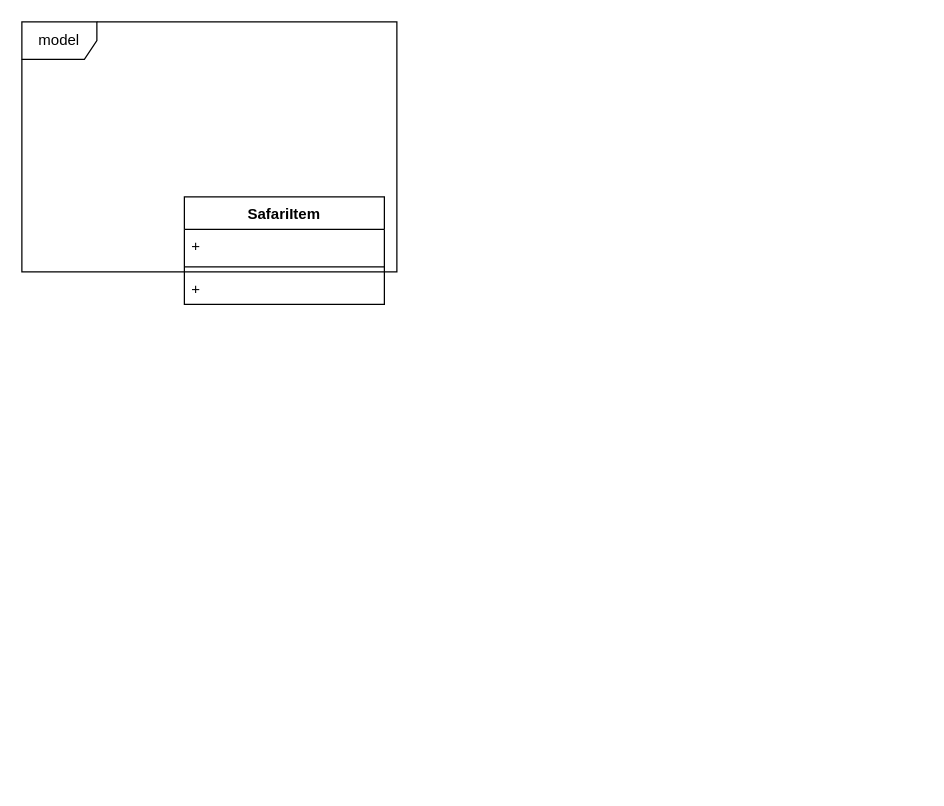
Before: Soft tech uml Overall diagram.drawio in summertx/uml, a draw.io diagram. Source tidied: cells renumbered, new cells numbered last; positions are measured from the earlier drawing's top-left corner, leaving out a move shared by most shapes. Both pictures are drawn from the tidied source at 125%, with x=0, y=0 at pixel (21, 21).
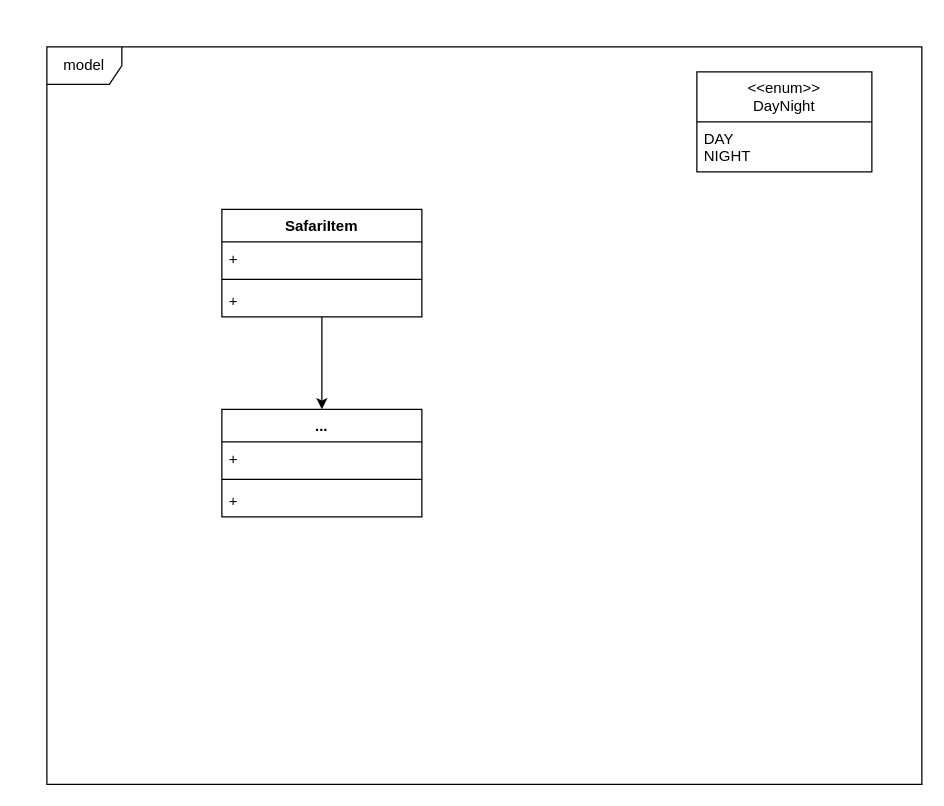
The same page after the edit.

Diff of the diagram source:
```diff
@@
 <mxGraphModel>
   <root>
     <mxCell id="0" />
     <mxCell id="1" parent="0" />
+    <mxCell id="7" style="edgeStyle=orthogonalEdgeStyle;rounded=0;jettySize=auto;html=1;entryX=0.5;entryY=0;entryDx=0;entryDy=0;" parent="1" edge="1" source="2" target="8">
+      <mxGeometry relative="1" as="geometry" />
+    </mxCell>
     <mxCell id="2" value="SafariItem" style="swimlane;fontStyle=1;align=center;verticalAlign=top;horizontal=1;startSize=26;whiteSpace=wrap;html=1;" parent="1" vertex="1">
-      <mxGeometry x="130" y="140" width="160" height="86" as="geometry" />
+      <mxGeometry x="160" y="150" width="160" height="86" as="geometry" />
     </mxCell>
     <mxCell id="3" value="+" style="text;strokeColor=none;fillColor=none;align=left;verticalAlign=top;spacingLeft=4;spacingRight=4;overflow=hidden;whiteSpace=wrap;html=1;" parent="2" vertex="1">
       <mxGeometry y="26" width="160" height="26" as="geometry" />
     </mxCell>
     <mxCell id="4" style="line;strokeWidth=1;fillColor=none;align=left;verticalAlign=middle;spacingTop=-1;spacingLeft=3;spacingRight=3;labelPosition=right;strokeColor=inherit;" parent="2" vertex="1">
       <mxGeometry y="52" width="160" height="8" as="geometry" />
     </mxCell>
     <mxCell id="5" value="+" style="text;strokeColor=none;fillColor=none;align=left;verticalAlign=top;spacingLeft=4;spacingRight=4;overflow=hidden;whiteSpace=wrap;html=1;" parent="2" vertex="1">
       <mxGeometry y="60" width="160" height="26" as="geometry" />
     </mxCell>
     <mxCell id="6" value="model" style="shape=umlFrame;whiteSpace=wrap;html=1;" parent="1" vertex="1">
-      <mxGeometry width="300" height="200" as="geometry" />
+      <mxGeometry x="20" y="20" width="700" height="590" as="geometry" />
     </mxCell>
+    <mxCell id="8" value="..." style="swimlane;fontStyle=1;align=center;verticalAlign=top;horizontal=1;startSize=26;whiteSpace=wrap;html=1;" parent="1" vertex="1">
+      <mxGeometry x="160" y="310" width="160" height="86" as="geometry" />
+    </mxCell>
+    <mxCell id="9" value="+" style="text;strokeColor=none;fillColor=none;align=left;verticalAlign=top;spacingLeft=4;spacingRight=4;overflow=hidden;whiteSpace=wrap;html=1;" parent="8" vertex="1">
+      <mxGeometry y="26" width="160" height="26" as="geometry" />
+    </mxCell>
+    <mxCell id="10" style="line;strokeWidth=1;fillColor=none;align=left;verticalAlign=middle;spacingTop=-1;spacingLeft=3;spacingRight=3;labelPosition=right;strokeColor=inherit;" parent="8" vertex="1">
+      <mxGeometry y="52" width="160" height="8" as="geometry" />
+    </mxCell>
+    <mxCell id="11" value="+" style="text;strokeColor=none;fillColor=none;align=left;verticalAlign=top;spacingLeft=4;spacingRight=4;overflow=hidden;whiteSpace=wrap;html=1;" parent="8" vertex="1">
+      <mxGeometry y="60" width="160" height="26" as="geometry" />
+    </mxCell>
+    <mxCell id="12" value="&lt;div&gt;&amp;lt;&amp;lt;enum&amp;gt;&amp;gt;&lt;/div&gt;DayNight" style="swimlane;fontStyle=0;horizontal=1;startSize=40;fillColor=none;whiteSpace=wrap;html=1;" parent="1" vertex="1">
+      <mxGeometry x="540" y="40" width="140" height="80" as="geometry" />
+    </mxCell>
+    <mxCell id="13" value="&lt;div&gt;DAY&lt;/div&gt;&lt;div&gt;NIGHT&lt;/div&gt;" style="text;strokeColor=none;fillColor=none;align=left;verticalAlign=top;spacingLeft=4;spacingRight=4;overflow=hidden;whiteSpace=wrap;html=1;" parent="12" vertex="1">
+      <mxGeometry y="40" width="140" height="40" as="geometry" />
+    </mxCell>
   </root>
 </mxGraphModel>
```
